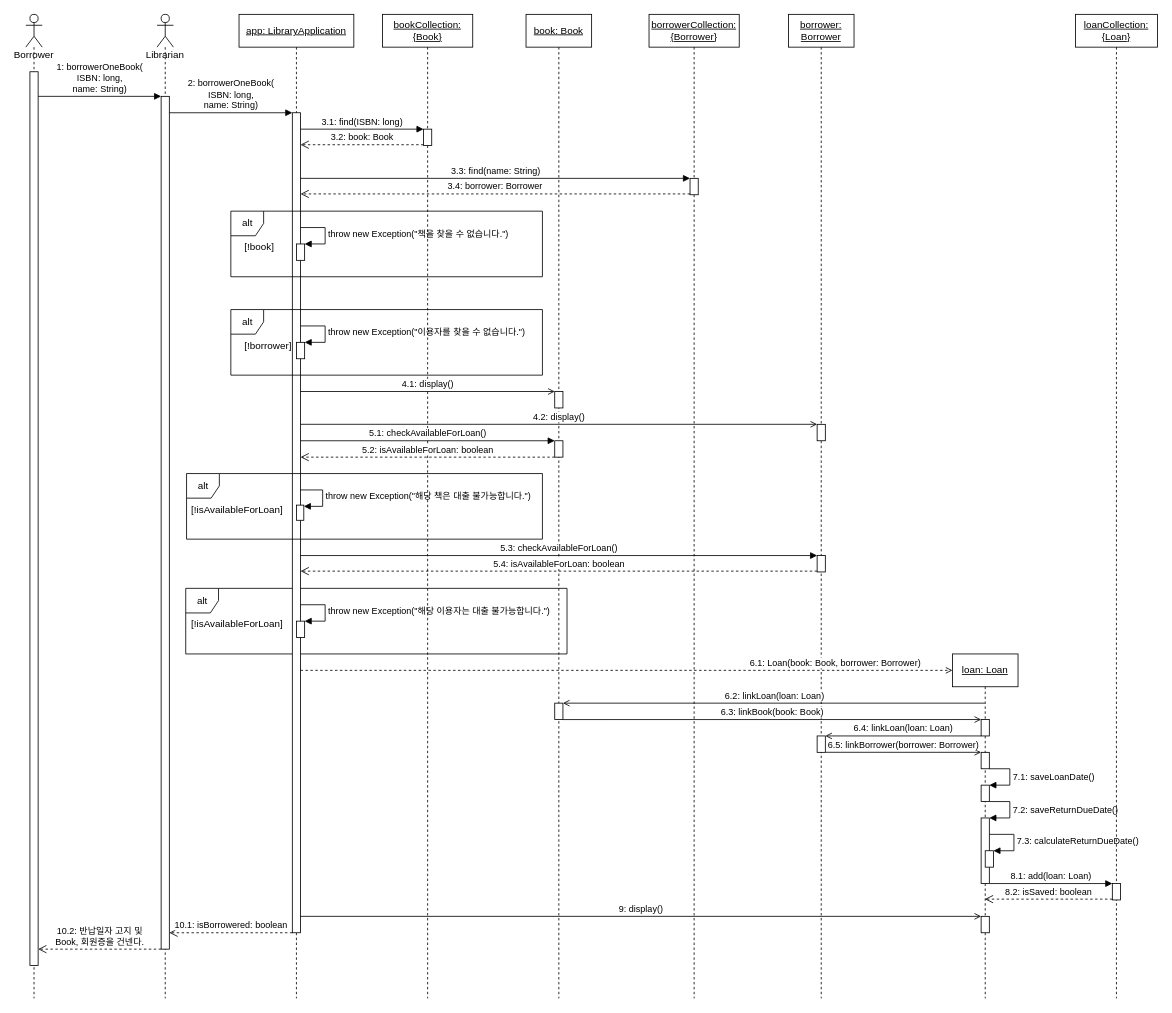
Halozhan/2023-2-LibraryApplication keeps this draw.io diagram as UML/SD5 Borrow one book.drawio. Above is the earlier version. Source tidied: cells renumbered, new cells numbered last; positions are measured from the earlier drawing's top-left corner, leaving out a move shared by most shapes. Both pictures are drawn from the tidied source at 82%, with x=0, y=0 at pixel (25, 14).
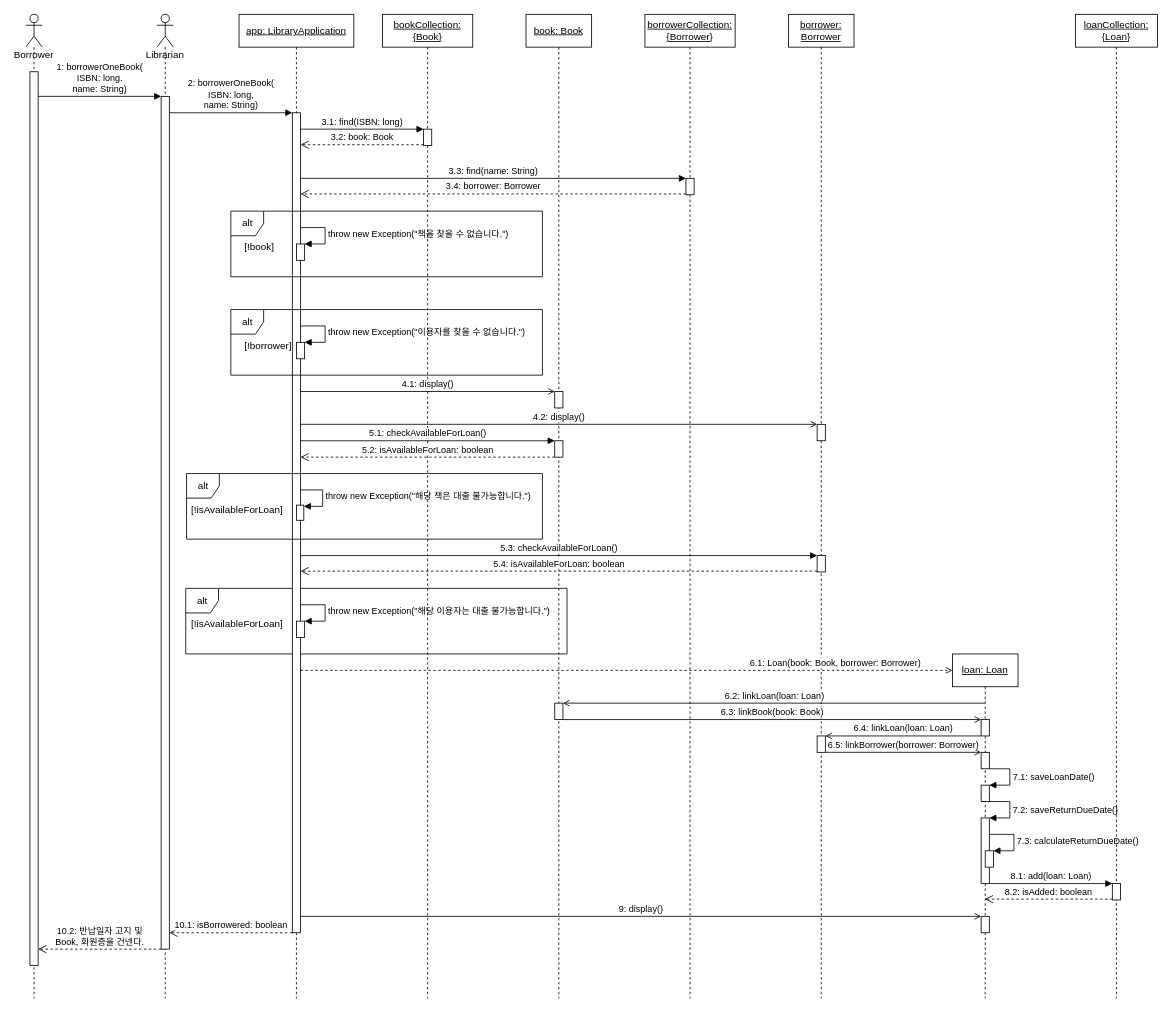
The same page after the edit.

Unchanged cells that the change refers to:
```xml
<mxCell id="29" value="&lt;u style=&quot;border-color: var(--border-color);&quot;&gt;loan: Loan&lt;/u&gt;" style="shape=umlLifeline;perimeter=lifelinePerimeter;whiteSpace=wrap;html=1;outlineConnect=0;" parent="1" vertex="1">
  <mxGeometry x="1130" y="780" width="80" height="420" as="geometry" />
</mxCell>
<mxCell id="53" style="html=1;points=[];perimeter=orthogonalPerimeter;" parent="52" vertex="1">
  <mxGeometry x="45" y="1060" width="10" height="20" as="geometry" />
</mxCell>
```

Diff of the diagram source:
```diff
@@
     <mxCell id="23" value="&lt;u&gt;borrowerCollection:&lt;br&gt;{Borrower}&lt;br&gt;&lt;/u&gt;" style="shape=umlLifeline;perimeter=lifelinePerimeter;whiteSpace=wrap;html=1;" parent="1" vertex="1">
-      <mxGeometry x="760" width="110" height="1200" as="geometry" />
+      <mxGeometry x="755" width="110" height="1200" as="geometry" />
     </mxCell>
@@
-    <mxCell id="69" value="8.2: isSaved: boolean" style="html=1;verticalAlign=bottom;endArrow=open;dashed=1;endSize=8;exitX=0;exitY=0.95;" parent="1" edge="1" source="53" target="29">
+    <mxCell id="69" value="8.2: isAdded: boolean" style="html=1;verticalAlign=bottom;endArrow=open;dashed=1;endSize=8;exitX=0;exitY=0.95;" parent="1" edge="1" source="53" target="29">
       <mxGeometry relative="1" as="geometry" />
     </mxCell>
```
